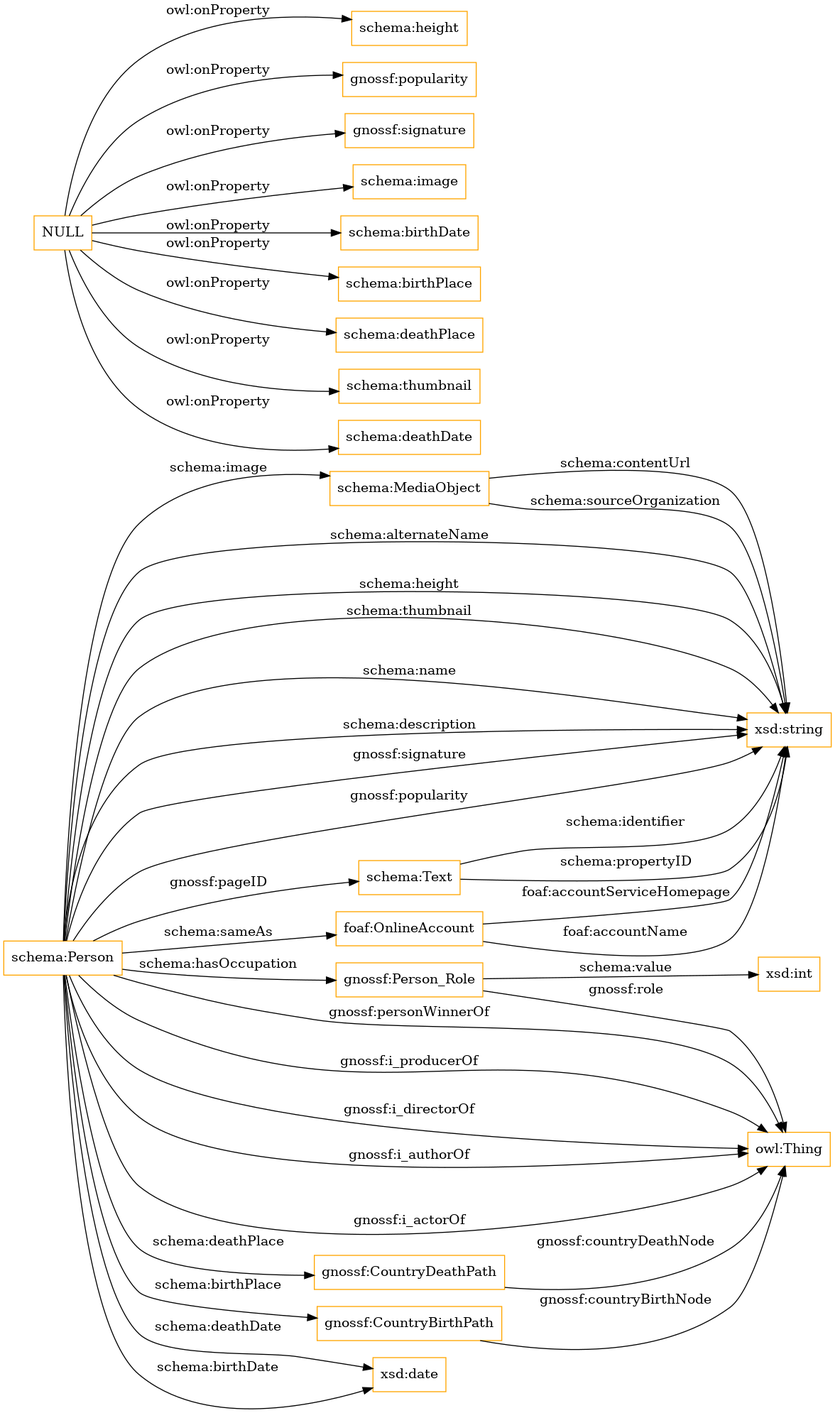
sergio10mwws/ontologias-demo keeps this Graphviz diagram as OnToology/ontologies/gfpersona.owl/diagrams/ar2dtool-class/gfpersona.owl.png. Above is the earlier version. Its source is kept beside it as OnToology/ontologies/gfpersona.owl/diagrams/ar2dtool-class/gfpersona.owl.png.dot.
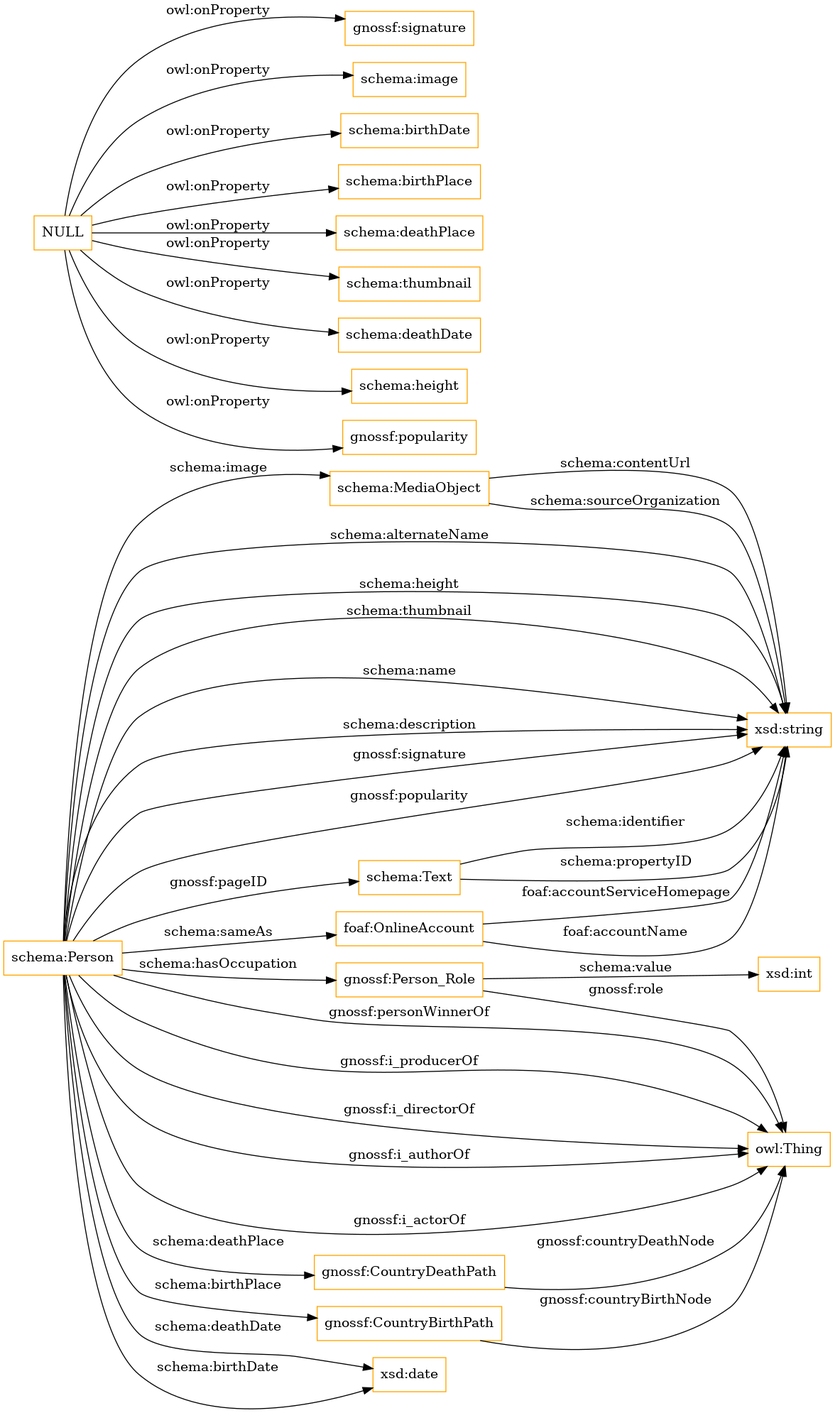
The same diagram one commit later.

The edit, as a diff of the source:
```diff
@@ -2,8 +2,6 @@
 rankdir=LR;
 size="1501"
 node [shape = rectangle, color="orange"]; "gnossf:Person_Role" "schema:Person" "schema:Text" "foaf:OnlineAccount" "gnossf:CountryDeathPath" "gnossf:CountryBirthPath" "schema:MediaObject" ; /*classes style*/
-	"NULL" -> "schema:height" [ label = "owl:onProperty" ];
-	"NULL" -> "gnossf:popularity" [ label = "owl:onProperty" ];
 	"NULL" -> "gnossf:signature" [ label = "owl:onProperty" ];
 	"NULL" -> "schema:image" [ label = "owl:onProperty" ];
 	"NULL" -> "schema:birthDate" [ label = "owl:onProperty" ];
@@ -11,6 +9,8 @@
 	"NULL" -> "schema:deathPlace" [ label = "owl:onProperty" ];
 	"NULL" -> "schema:thumbnail" [ label = "owl:onProperty" ];
 	"NULL" -> "schema:deathDate" [ label = "owl:onProperty" ];
+	"NULL" -> "schema:height" [ label = "owl:onProperty" ];
+	"NULL" -> "gnossf:popularity" [ label = "owl:onProperty" ];
 	"schema:Person" -> "xsd:string" [ label = "schema:alternateName" ];
 	"schema:Person" -> "owl:Thing" [ label = "gnossf:i_actorOf" ];
 	"schema:Person" -> "gnossf:CountryBirthPath" [ label = "schema:birthPlace" ];
```
